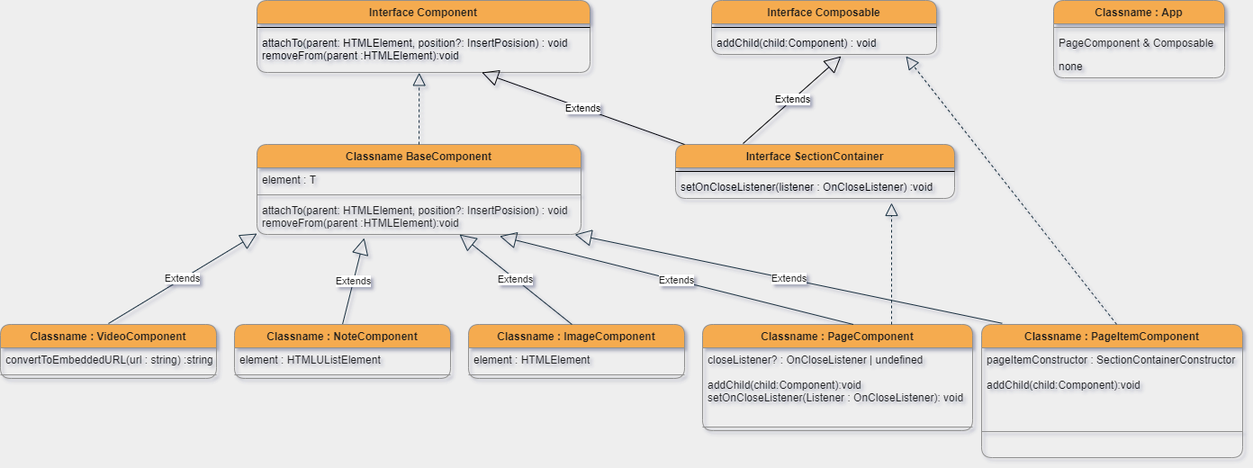
Above: ClassDiagram/class-diagram-motion-initialPage.png in goldmayo/Motion (draw.io), before the change. Source tidied: cells renumbered, new cells last; positions are measured from the earlier drawing's top-left corner, leaving out a move shared by most shapes.
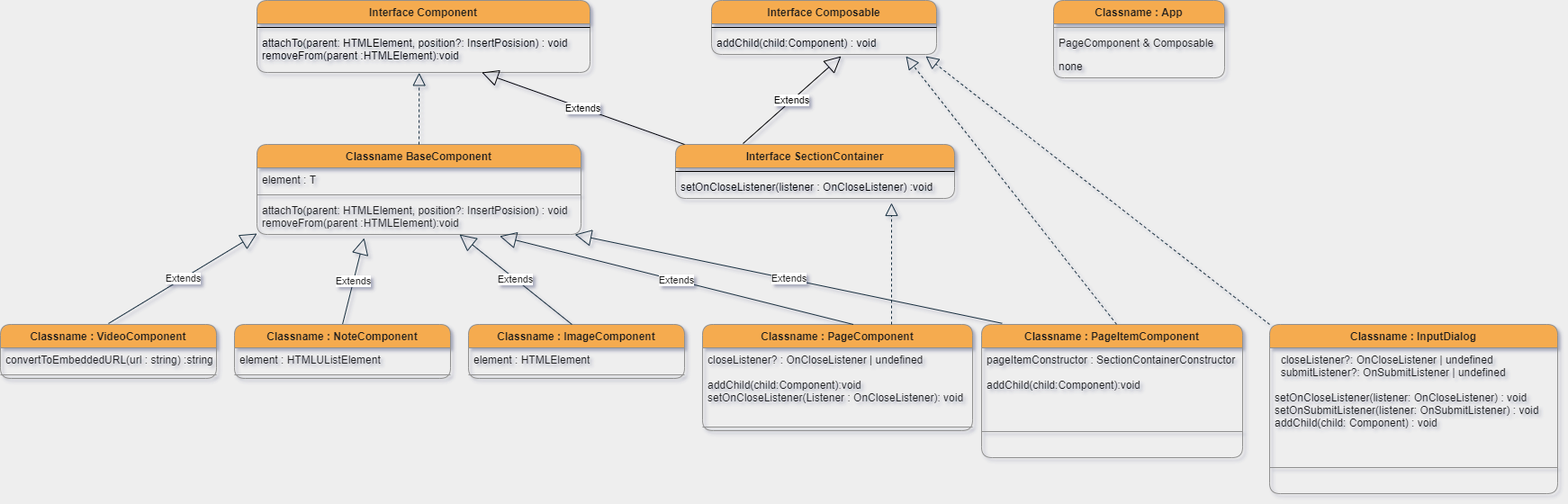
The same diagram one commit later.

Commit message:
add dialog folder and add dialog.ts ,update diagram and css file

The edit, as a diff of the source:
```diff
@@ -145,5 +145,19 @@
         <mxPoint x="760" y="160" as="sourcePoint" />
       </mxGeometry>
     </mxCell>
+    <mxCell id="44" value="Classname : InputDialog" style="swimlane;fontStyle=1;align=center;verticalAlign=top;horizontal=1;startSize=26;rounded=1;strokeColor=#909090;fillColor=#F5AB50;fontColor=#1A1A1A;" parent="1" vertex="1">
+      <mxGeometry x="1410" y="360" width="320" height="188" as="geometry" />
+    </mxCell>
+    <mxCell id="45" value="  closeListener?: OnCloseListener | undefined&#10;  submitListener?: OnSubmitListener | undefined&#10;&#10;setOnCloseListener(listener: OnCloseListener) : void&#10;setOnSubmitListener(listener: OnSubmitListener) : void&#10;addChild(child: Component) : void" style="text;strokeColor=none;fillColor=none;align=left;verticalAlign=top;spacingLeft=4;spacingRight=4;overflow=hidden;fontColor=#1A1A1A;" parent="44" vertex="1">
+      <mxGeometry y="26" width="320" height="104" as="geometry" />
+    </mxCell>
+    <mxCell id="46" style="line;strokeWidth=1;fillColor=none;align=left;verticalAlign=middle;spacingTop=-1;spacingLeft=3;spacingRight=3;labelPosition=right;strokeColor=#909090;fontColor=#1A1A1A;labelBackgroundColor=#EEEEEE;" parent="44" vertex="1">
+      <mxGeometry y="130" width="320" height="58" as="geometry" />
+    </mxCell>
+    <mxCell id="47" style="endArrow=block;dashed=1;endFill=0;endSize=12;html=1;fontColor=#1A1A1A;strokeColor=#182E3E;exitX=0.5;exitY=0;exitDx=0;exitDy=0;entryX=0.952;entryY=1.077;entryDx=0;entryDy=0;entryPerimeter=0;" parent="1" edge="1" target="41">
+      <mxGeometry relative="1" as="geometry">
+        <mxPoint x="1410" y="360" as="sourcePoint" />
+      </mxGeometry>
+    </mxCell>
   </root>
 </mxGraphModel>
```
